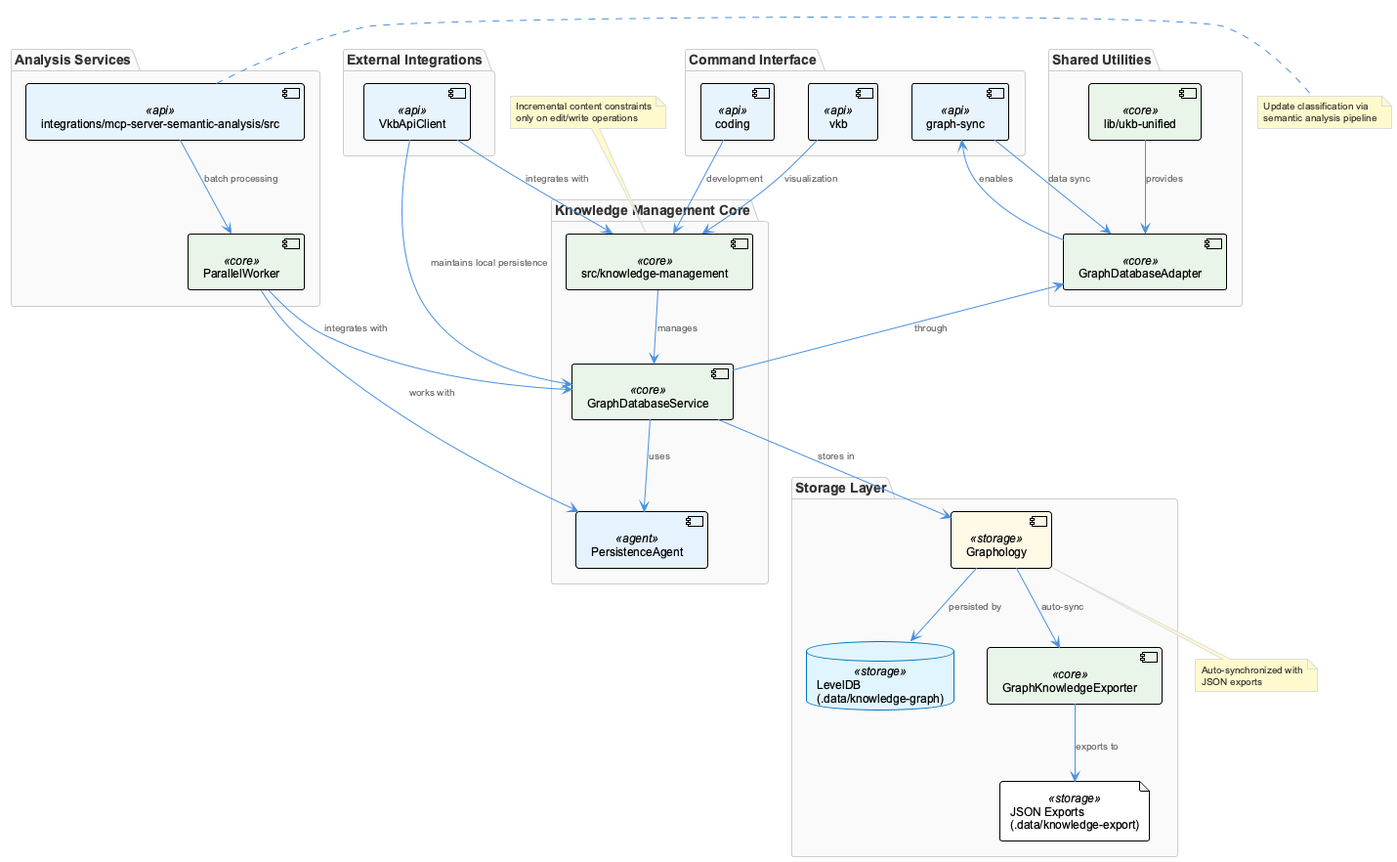
Above: knowledge-management/insights/images/architectural-evolution-pattern-architecture.png in fwornle/coding (PlantUML), before the change.
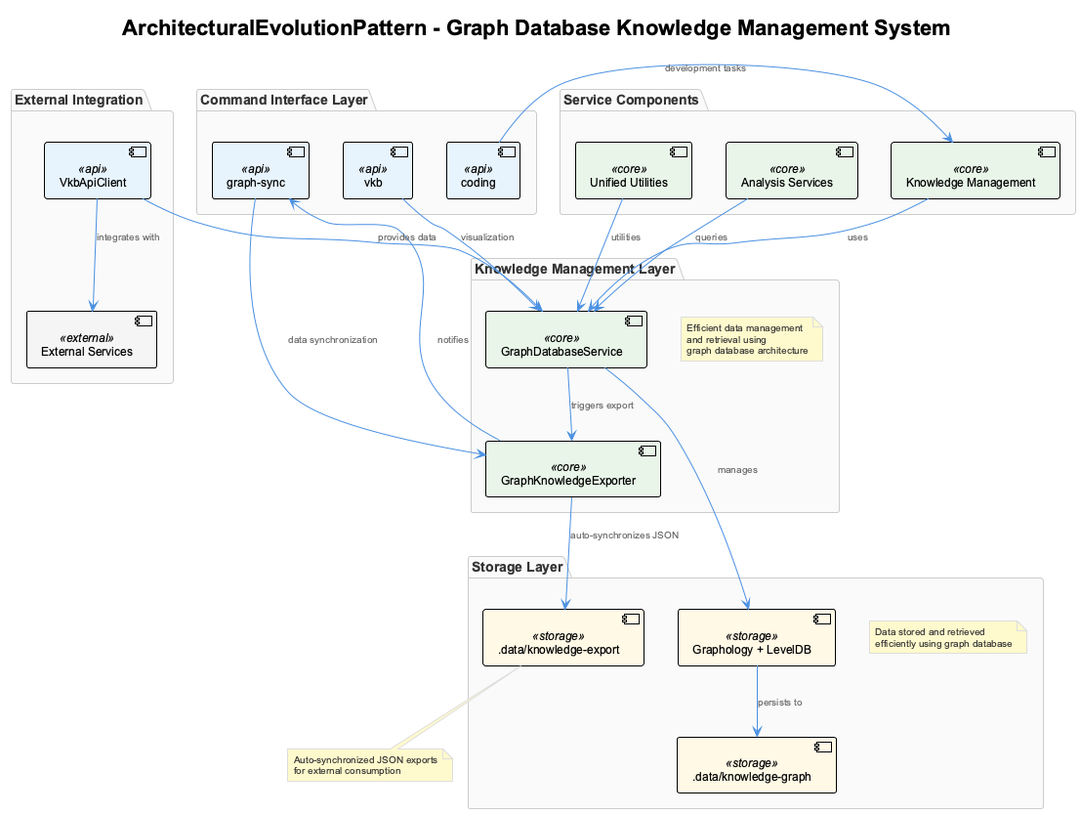
The same file after the commit.

The edit, as a diff of the source:
```diff
@@ -1,64 +1,63 @@
 @startuml
 !include /Users/q284340/Agentic/coding/docs/puml/_standard-style.puml
 
-package "Knowledge Management Core" {
-    component [src/knowledge-management] <<core>> as KnowledgeCore
-    component [GraphDatabaseService] <<core>> as GraphDB
-    component [PersistenceAgent] <<agent>> as PersistAgent
-}
+title ArchitecturalEvolutionPattern - Graph Database Knowledge Management System
 
-package "Shared Utilities" {
-    component [lib/ukb-unified] <<core>> as SharedUtils
-    component [GraphDatabaseAdapter] <<core>> as GraphAdapter
-}
-
-package "Analysis Services" {
-    component [integrations/mcp-server-semantic-analysis/src] <<api>> as SemanticAnalysis
-    component [ParallelWorker] <<core>> as ParallelWorker
+package "Knowledge Management Layer" {
+    component [GraphDatabaseService] <<core>>
+    component [GraphKnowledgeExporter] <<core>>
+    note as kmNote
+  Efficient data management
+  and retrieval using
+  graph database architecture
+    end note
 }
 
 package "Storage Layer" {
-    database "LevelDB\n(.data/knowledge-graph)" <<storage>> as LevelDB
-    component [Graphology] <<storage>> as Graphology
-    file "JSON Exports\n(.data/knowledge-export)" <<storage>> as JSONExports
-    component [GraphKnowledgeExporter] <<core>> as Exporter
+    database [Graphology + LevelDB] <<storage>> as GraphDB
+    folder [.data/knowledge-graph] <<storage>> as KnowledgeStorage
+    folder [.data/knowledge-export] <<storage>> as ExportStorage
+    note as storageNote
+  Data stored and retrieved
+  efficiently using graph database
+    end note
 }
 
-package "External Integrations" {
-    component [VkbApiClient] <<api>> as ApiClient
+package "Command Interface Layer" {
+    component [vkb] <<api>>
+    component [coding] <<api>>
+    component [graph-sync] <<api>>
 }
 
-package "Command Interface" {
-    component [vkb] <<api>> as VkbCommand
-    component [coding] <<api>> as CodingCommand
-    component [graph-sync] <<api>> as SyncCommand
+package "External Integration" {
+    component [VkbApiClient] <<api>>
+    cloud [External Services] <<external>>
 }
 
-KnowledgeCore --> GraphDB : manages
-GraphDB --> PersistAgent : uses
-GraphDB --> GraphAdapter : through
+package "Service Components" {
+    component [Knowledge Management] <<core>>
+    component [Unified Utilities] <<core>>
+    component [Analysis Services] <<core>>
+}
 
-GraphDB --> Graphology : stores in
-Graphology --> LevelDB : persisted by
-Exporter --> JSONExports : exports to
-Graphology --> Exporter : auto-sync
+[GraphDatabaseService] --> GraphDB : manages
+GraphDB --> KnowledgeStorage : persists to
+[GraphKnowledgeExporter] --> ExportStorage : auto-synchronizes JSON
 
-SemanticAnalysis --> ParallelWorker : batch processing
-ParallelWorker --> GraphDB : integrates with
-ParallelWorker --> PersistAgent : works with
+[vkb] --> [GraphDatabaseService] : visualization
+[coding] --> [Knowledge Management] : development tasks
+[graph-sync] --> [GraphKnowledgeExporter] : data synchronization
 
-SharedUtils --> GraphAdapter : provides
-GraphAdapter --> SyncCommand : enables
+[VkbApiClient] --> [External Services] : integrates with
+[VkbApiClient] --> [GraphDatabaseService] : provides data
 
-ApiClient --> KnowledgeCore : integrates with
-ApiClient --> GraphDB : maintains local persistence
+[Knowledge Management] --> [GraphDatabaseService] : uses
+[Analysis Services] --> [GraphDatabaseService] : queries
+[Unified Utilities] --> [GraphDatabaseService] : utilities
 
-VkbCommand --> KnowledgeCore : visualization
-CodingCommand --> KnowledgeCore : development
-SyncCommand --> GraphAdapter : data sync
+[GraphDatabaseService] --> [GraphKnowledgeExporter] : triggers export
+[GraphKnowledgeExporter] --> [graph-sync] : notifies
 
-note top of KnowledgeCore : Incremental content constraints\nonly on edit/write operations
-note right of SemanticAnalysis : Update classification via\nsemantic analysis pipeline
-note bottom of Graphology : Auto-synchronized with\nJSON exports
+note bottom of ExportStorage : Auto-synchronized JSON exports\nfor external consumption
 
 @enduml
```
